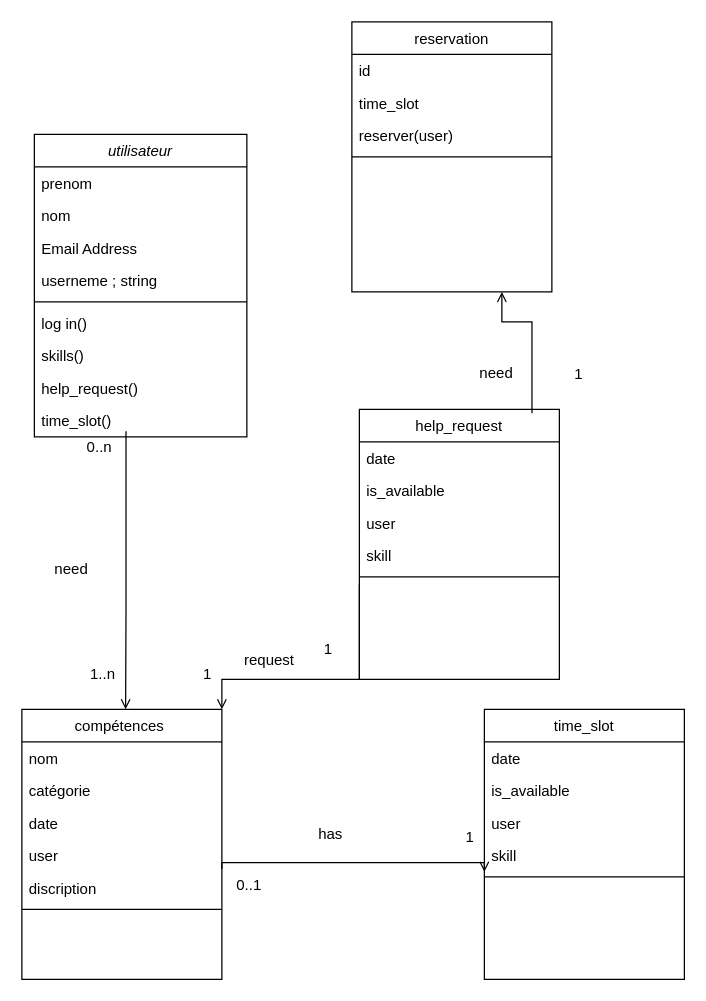
The draw.io diagram Docs/Diagramme  classe.drawio in SHATAJV/echange_competences, before the edit. Source tidied: cells renumbered, new cells numbered last; positions are measured from the earlier drawing's top-left corner, leaving out a move shared by most shapes. Both pictures are drawn from the tidied source at 125%, with x=0, y=0 at pixel (21, 21).
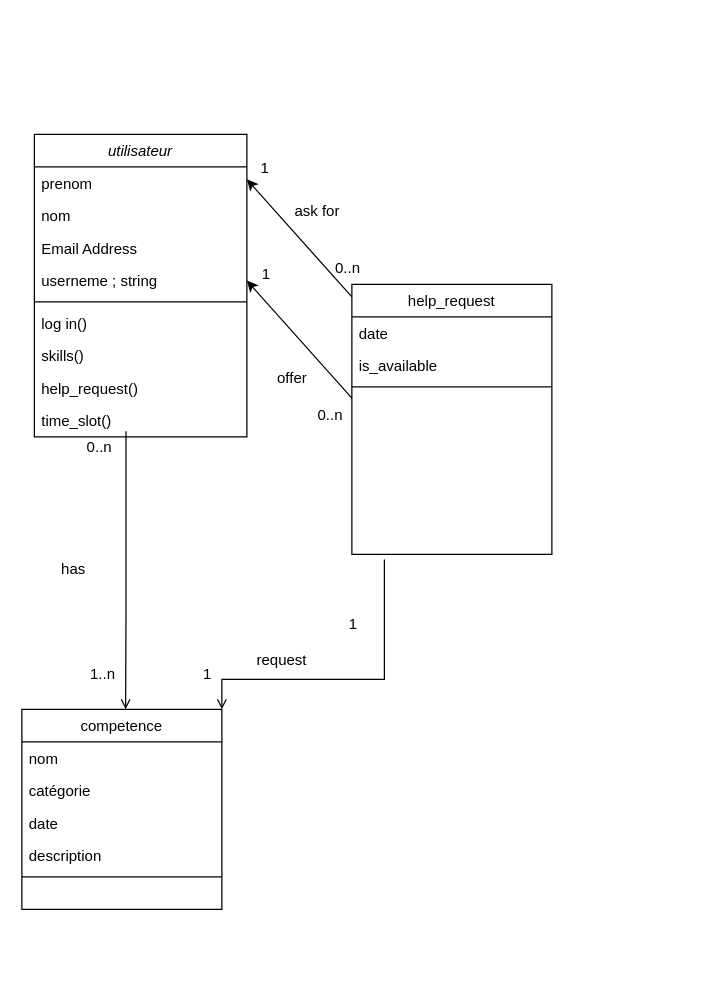
The same diagram, later.

Commit message:
Correction simplifiée

Unchanged cells that the change refers to:
```xml
<mxCell id="6" value="userneme ; string " style="text;align=left;verticalAlign=top;spacingLeft=4;spacingRight=4;overflow=hidden;points=[[0,0.5],[1,0.5]];portConstraint=eastwest;" parent="2" vertex="1">
  <mxGeometry y="104" width="170" height="26" as="geometry" />
</mxCell>
<mxCell id="19" style="endArrow=open;shadow=0;strokeWidth=1;rounded=0;curved=0;endFill=1;edgeStyle=elbowEdgeStyle;elbow=vertical;exitX=0.708;exitY=1.054;exitDx=0;exitDy=0;exitPerimeter=0;" parent="1" edge="1" target="12">
  <mxGeometry x="0.5" y="41" relative="1" as="geometry">
    <mxPoint x="83.3" y="327.4" as="sourcePoint" />
    <Array as="points">
      <mxPoint x="83" y="470" />
    </Array>
    <mxPoint x="-40" y="32" as="offset" />
  </mxGeometry>
</mxCell>
```

Diff of the diagram source:
```diff
@@
-    <mxCell id="12" value="compétences " style="swimlane;fontStyle=0;align=center;verticalAlign=top;horizontal=1;startSize=26;rounded=0;shadow=0;strokeWidth=1;" parent="1" vertex="1">
-      <mxGeometry y="550" width="160" height="216" as="geometry" />
+    <mxCell id="12" value="competence" style="swimlane;fontStyle=0;align=center;verticalAlign=top;horizontal=1;startSize=26;rounded=0;shadow=0;strokeWidth=1;" parent="1" vertex="1">
+      <mxGeometry y="550" width="160" height="160" as="geometry" />
     </mxCell>
@@
-    <mxCell id="16" value="user" style="text;align=left;verticalAlign=top;spacingLeft=4;spacingRight=4;overflow=hidden;rounded=0;shadow=0;html=0;" parent="12" vertex="1">
-      <mxGeometry y="104" width="160" height="26" as="geometry" />
-    </mxCell>
-    <mxCell id="17" value="discription" style="text;align=left;verticalAlign=top;spacingLeft=4;spacingRight=4;overflow=hidden;points=[[0,0.5],[1,0.5]];portConstraint=eastwest;rounded=0;shadow=0;html=0;" parent="12" vertex="1">
-      <mxGeometry y="130" width="160" height="26" as="geometry" />
+    <mxCell id="17" value="description" style="text;align=left;verticalAlign=top;spacingLeft=4;spacingRight=4;overflow=hidden;points=[[0,0.5],[1,0.5]];portConstraint=eastwest;rounded=0;shadow=0;html=0;" parent="12" vertex="1">
+      <mxGeometry y="104" width="160" height="26" as="geometry" />
     </mxCell>
     <mxCell id="18" style="line;html=1;strokeWidth=1;align=left;verticalAlign=middle;spacingTop=-1;spacingLeft=3;spacingRight=3;labelPosition=right;" parent="12" vertex="1">
-      <mxGeometry y="156" width="160" height="8" as="geometry" />
+      <mxGeometry y="130" width="160" height="8" as="geometry" />
     </mxCell>
@@
-    <mxCell id="22" value="need&amp;nbsp;" style="text;html=1;align=center;verticalAlign=middle;labelBackgroundColor=none;rounded=0;shadow=0;strokeWidth=1;fontSize=12;" parent="19" vertex="1">
+    <mxCell id="22" value="has" style="text;html=1;align=center;verticalAlign=middle;labelBackgroundColor=none;rounded=0;shadow=0;strokeWidth=1;fontSize=12;" parent="19" vertex="1">
       <mxGeometry x="0.5" y="49" relative="1" as="geometry">
         <mxPoint x="-92" y="-57" as="offset" />
       </mxGeometry>
     </mxCell>
-    <mxCell id="23" value="time_slot" style="swimlane;fontStyle=0;align=center;verticalAlign=top;horizontal=1;startSize=26;rounded=0;shadow=0;strokeWidth=1;" parent="1" vertex="1">
-      <mxGeometry x="370" y="550" width="160" height="216" as="geometry" />
-    </mxCell>
-    <mxCell id="24" value="date " style="text;align=left;verticalAlign=top;spacingLeft=4;spacingRight=4;overflow=hidden;" parent="23" vertex="1">
-      <mxGeometry y="26" width="160" height="26" as="geometry" />
-    </mxCell>
-    <mxCell id="25" value="is_available" style="text;align=left;verticalAlign=top;spacingLeft=4;spacingRight=4;overflow=hidden;rounded=0;shadow=0;html=0;" parent="23" vertex="1">
-      <mxGeometry y="52" width="160" height="26" as="geometry" />
-    </mxCell>
-    <mxCell id="26" value="user" style="text;align=left;verticalAlign=top;spacingLeft=4;spacingRight=4;overflow=hidden;rounded=0;shadow=0;html=0;" parent="23" vertex="1">
-      <mxGeometry y="78" width="160" height="26" as="geometry" />
-    </mxCell>
-    <mxCell id="27" value="skill" style="text;align=left;verticalAlign=top;spacingLeft=4;spacingRight=4;overflow=hidden;rounded=0;shadow=0;html=0;" parent="23" vertex="1">
-      <mxGeometry y="104" width="160" height="26" as="geometry" />
-    </mxCell>
-    <mxCell id="28" style="line;html=1;strokeWidth=1;align=left;verticalAlign=middle;spacingTop=-1;spacingLeft=3;spacingRight=3;labelPosition=right;" parent="23" vertex="1">
-      <mxGeometry y="130" width="160" height="8" as="geometry" />
-    </mxCell>
-    <mxCell id="29" style="endArrow=open;shadow=0;strokeWidth=1;rounded=0;curved=0;endFill=1;edgeStyle=elbowEdgeStyle;elbow=vertical;exitX=1;exitY=-0.085;exitDx=0;exitDy=0;exitPerimeter=0;" parent="1" edge="1" source="17">
-      <mxGeometry x="0.5" y="41" relative="1" as="geometry">
-        <mxPoint x="370" y="680" as="targetPoint" />
-        <Array as="points">
-          <mxPoint x="240" y="672.6" />
-        </Array>
-        <mxPoint x="-40" y="32" as="offset" />
-      </mxGeometry>
-    </mxCell>
-    <mxCell id="30" value="0..1" style="align=left;verticalAlign=bottom;labelBackgroundColor=none;fontSize=12;" parent="29" vertex="1">
-      <mxGeometry x="-1" relative="1" as="geometry">
-        <mxPoint x="10" y="21" as="offset" />
-      </mxGeometry>
-    </mxCell>
-    <mxCell id="31" value="1" style="align=right;verticalAlign=bottom;labelBackgroundColor=none;fontSize=12;" parent="29" vertex="1">
-      <mxGeometry x="1" relative="1" as="geometry">
-        <mxPoint x="-7" y="-20" as="offset" />
-      </mxGeometry>
-    </mxCell>
-    <mxCell id="32" value="has&amp;nbsp;&amp;nbsp;" style="text;html=1;align=center;verticalAlign=middle;labelBackgroundColor=none;rounded=0;shadow=0;strokeWidth=1;fontSize=12;" parent="29" vertex="1">
-      <mxGeometry x="0.5" y="49" relative="1" as="geometry">
-        <mxPoint x="-72" y="26" as="offset" />
-      </mxGeometry>
-    </mxCell>
     <mxCell id="33" value="help_request" style="swimlane;fontStyle=0;align=center;verticalAlign=top;horizontal=1;startSize=26;rounded=0;shadow=0;strokeWidth=1;" parent="1" vertex="1">
-      <mxGeometry x="270" y="310" width="160" height="216" as="geometry" />
+      <mxGeometry x="264" y="210" width="160" height="216" as="geometry" />
     </mxCell>
@@
-    <mxCell id="36" value="user" style="text;align=left;verticalAlign=top;spacingLeft=4;spacingRight=4;overflow=hidden;rounded=0;shadow=0;html=0;" parent="33" vertex="1">
-      <mxGeometry y="78" width="160" height="26" as="geometry" />
-    </mxCell>
-    <mxCell id="37" value="skill" style="text;align=left;verticalAlign=top;spacingLeft=4;spacingRight=4;overflow=hidden;rounded=0;shadow=0;html=0;" parent="33" vertex="1">
-      <mxGeometry y="104" width="160" height="26" as="geometry" />
-    </mxCell>
     <mxCell id="38" style="line;html=1;strokeWidth=1;align=left;verticalAlign=middle;spacingTop=-1;spacingLeft=3;spacingRight=3;labelPosition=right;" parent="33" vertex="1">
-      <mxGeometry y="130" width="160" height="8" as="geometry" />
+      <mxGeometry y="78" width="160" height="8" as="geometry" />
     </mxCell>
     <mxCell id="39" style="endArrow=open;shadow=0;strokeWidth=1;rounded=0;curved=0;endFill=1;edgeStyle=elbowEdgeStyle;elbow=vertical;entryX=1;entryY=0;entryDx=0;entryDy=0;" parent="1" edge="1" target="12">
       <mxGeometry x="0.5" y="41" relative="1" as="geometry">
-        <mxPoint x="270" y="450" as="sourcePoint" />
+        <mxPoint x="290" y="430" as="sourcePoint" />
         <Array as="points">
           <mxPoint x="254" y="526" />
         </Array>
         <mxPoint x="-40" y="32" as="offset" />
       </mxGeometry>
     </mxCell>
@@
-    <mxCell id="43" value="reservation" style="swimlane;fontStyle=0;align=center;verticalAlign=top;horizontal=1;startSize=26;rounded=0;shadow=0;strokeWidth=1;" parent="1" vertex="1">
-      <mxGeometry x="264" width="160" height="216" as="geometry" />
-    </mxCell>
-    <mxCell id="44" value="id" style="text;align=left;verticalAlign=top;spacingLeft=4;spacingRight=4;overflow=hidden;" parent="43" vertex="1">
-      <mxGeometry y="26" width="160" height="26" as="geometry" />
-    </mxCell>
-    <mxCell id="45" value="time_slot" style="text;align=left;verticalAlign=top;spacingLeft=4;spacingRight=4;overflow=hidden;rounded=0;shadow=0;html=0;" parent="43" vertex="1">
-      <mxGeometry y="52" width="160" height="26" as="geometry" />
-    </mxCell>
-    <mxCell id="46" value="reserver(user)" style="text;align=left;verticalAlign=top;spacingLeft=4;spacingRight=4;overflow=hidden;rounded=0;shadow=0;html=0;" parent="43" vertex="1">
-      <mxGeometry y="78" width="160" height="26" as="geometry" />
-    </mxCell>
-    <mxCell id="47" style="line;html=1;strokeWidth=1;align=left;verticalAlign=middle;spacingTop=-1;spacingLeft=3;spacingRight=3;labelPosition=right;" parent="43" vertex="1">
-      <mxGeometry y="104" width="160" height="8" as="geometry" />
-    </mxCell>
-    <mxCell id="48" style="endArrow=open;shadow=0;strokeWidth=1;rounded=0;curved=0;endFill=1;edgeStyle=elbowEdgeStyle;elbow=vertical;exitX=0.863;exitY=0.014;exitDx=0;exitDy=0;exitPerimeter=0;entryX=0.75;entryY=1;entryDx=0;entryDy=0;" parent="1" edge="1" source="33" target="43">
-      <mxGeometry x="0.5" y="41" relative="1" as="geometry">
-        <Array as="points">
-          <mxPoint x="420" y="240" />
-        </Array>
-        <mxPoint x="-40" y="32" as="offset" />
-      </mxGeometry>
-    </mxCell>
-    <mxCell id="49" value="1" style="align=right;verticalAlign=bottom;labelBackgroundColor=none;fontSize=12;" parent="48" vertex="1">
-      <mxGeometry x="1" relative="1" as="geometry">
-        <mxPoint x="66" y="74" as="offset" />
-      </mxGeometry>
-    </mxCell>
-    <mxCell id="50" value="need&amp;nbsp;" style="text;html=1;align=center;verticalAlign=middle;labelBackgroundColor=none;rounded=0;shadow=0;strokeWidth=1;fontSize=12;" parent="48" vertex="1">
-      <mxGeometry x="0.5" y="49" relative="1" as="geometry">
-        <mxPoint x="-10" y="-9" as="offset" />
-      </mxGeometry>
-    </mxCell>
+    <mxCell id="51" style="endArrow=classic;html=1;rounded=0;exitX=0;exitY=0.5;exitDx=0;exitDy=0;entryX=1;entryY=0.5;entryDx=0;entryDy=0;" parent="1" edge="1" target="6">
+      <mxGeometry relative="1" as="geometry">
+        <mxPoint x="264" y="301" as="sourcePoint" />
+      </mxGeometry>
+    </mxCell>
+    <mxCell id="52" value="1" style="align=right;verticalAlign=bottom;labelBackgroundColor=none;fontSize=12;" parent="1" vertex="1">
+      <mxGeometry x="200" y="210" as="geometry" />
+    </mxCell>
+    <mxCell id="53" value="0..n" style="align=right;verticalAlign=bottom;labelBackgroundColor=none;fontSize=12;" parent="1" vertex="1">
+      <mxGeometry x="250" y="318" as="geometry">
+        <mxPoint x="8" y="5" as="offset" />
+      </mxGeometry>
+    </mxCell>
+    <mxCell id="54" style="endArrow=classic;html=1;rounded=0;exitX=0;exitY=0.5;exitDx=0;exitDy=0;entryX=1;entryY=0.5;entryDx=0;entryDy=0;" parent="1" edge="1">
+      <mxGeometry relative="1" as="geometry">
+        <mxPoint x="264" y="220" as="sourcePoint" />
+        <mxPoint x="180" y="126" as="targetPoint" />
+      </mxGeometry>
+    </mxCell>
+    <mxCell id="55" value="1" style="align=right;verticalAlign=bottom;labelBackgroundColor=none;fontSize=12;" parent="1" vertex="1">
+      <mxGeometry x="210" y="220" as="geometry">
+        <mxPoint x="-11" y="-95" as="offset" />
+      </mxGeometry>
+    </mxCell>
+    <mxCell id="56" value="0..n" style="align=right;verticalAlign=bottom;labelBackgroundColor=none;fontSize=12;" parent="1" vertex="1">
+      <mxGeometry x="264" y="200" as="geometry">
+        <mxPoint x="8" y="5" as="offset" />
+      </mxGeometry>
+    </mxCell>
+    <mxCell id="57" value="offer" style="text;html=1;align=center;verticalAlign=middle;labelBackgroundColor=none;rounded=0;shadow=0;strokeWidth=1;fontSize=12;" parent="1" vertex="1">
+      <mxGeometry x="230" y="465" as="geometry">
+        <mxPoint x="-15" y="-181" as="offset" />
+      </mxGeometry>
+    </mxCell>
+    <mxCell id="58" value="ask for" style="text;html=1;align=center;verticalAlign=middle;labelBackgroundColor=none;rounded=0;shadow=0;strokeWidth=1;fontSize=12;" parent="1" vertex="1">
+      <mxGeometry x="250" y="332" as="geometry">
+        <mxPoint x="-15" y="-181" as="offset" />
+      </mxGeometry>
+    </mxCell>
```
